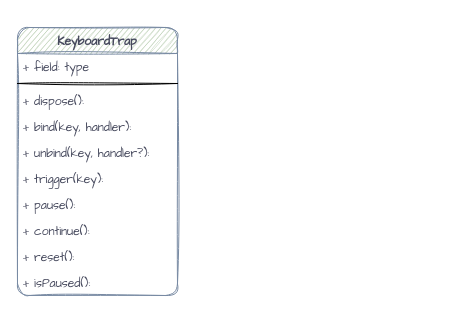
Before: 未命名绘图.drawio in liuxinqiong/drawio, a draw.io diagram. Source tidied: cells renumbered, new cells numbered last; positions are measured from the earlier drawing's top-left corner, leaving out a move shared by most shapes. Both pictures are drawn from the tidied source at 100%, with x=0, y=0 at pixel (17, 27).
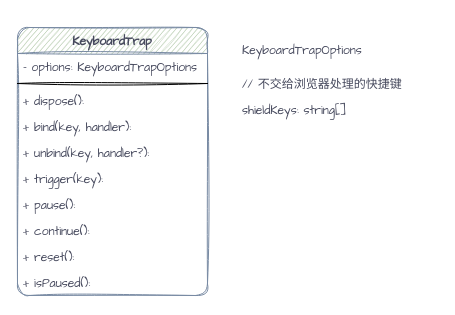
Above is the later version.

The edit, as a diff of the source:
```diff
@@
 <mxGraphModel>
   <root>
     <mxCell id="0" />
     <mxCell id="1" parent="0" />
     <mxCell id="2" value="KeyboardTrap" style="swimlane;fontStyle=1;align=center;verticalAlign=top;horizontal=1;startSize=26;rounded=1;sketch=1;fontFamily=Comic Sans MS;fontColor=#46495D;strokeColor=#788AA3;fillColor=#B2C9AB;" parent="1" vertex="1">
-      <mxGeometry width="160" height="268" as="geometry" />
+      <mxGeometry width="190" height="268" as="geometry" />
     </mxCell>
-    <mxCell id="3" value="+ field: type" style="text;strokeColor=none;fillColor=none;align=left;verticalAlign=top;spacingLeft=4;spacingRight=4;overflow=hidden;rounded=1;sketch=1;fontFamily=Comic Sans MS;fontColor=#46495D;" parent="2" vertex="1">
-      <mxGeometry y="26" width="160" height="26" as="geometry" />
+    <mxCell id="3" value="- options: KeyboardTrapOptions" style="text;strokeColor=none;fillColor=none;align=left;verticalAlign=top;spacingLeft=4;spacingRight=4;overflow=hidden;rounded=1;sketch=1;fontFamily=Comic Sans MS;fontColor=#46495D;" parent="2" vertex="1">
+      <mxGeometry y="26" width="190" height="26" as="geometry" />
     </mxCell>
     <mxCell id="4" style="line;strokeWidth=1;fillColor=none;align=left;verticalAlign=middle;spacingTop=-1;spacingLeft=3;spacingRight=3;labelPosition=right;rounded=1;sketch=1;fontFamily=Comic Sans MS;fontColor=#46495D;" parent="2" vertex="1">
-      <mxGeometry y="52" width="160" height="8" as="geometry" />
+      <mxGeometry y="52" width="190" height="8" as="geometry" />
     </mxCell>
     <mxCell id="5" value="+ dispose():&#10;" style="text;strokeColor=none;fillColor=none;align=left;verticalAlign=top;spacingLeft=4;spacingRight=4;overflow=hidden;rounded=1;sketch=1;fontFamily=Comic Sans MS;fontColor=#46495D;" parent="2" vertex="1">
-      <mxGeometry y="60" width="160" height="26" as="geometry" />
+      <mxGeometry y="60" width="190" height="26" as="geometry" />
     </mxCell>
     <mxCell id="6" value="+ bind(key, handler):&#10;" style="text;strokeColor=none;fillColor=none;align=left;verticalAlign=top;spacingLeft=4;spacingRight=4;overflow=hidden;rounded=1;sketch=1;fontFamily=Comic Sans MS;fontColor=#46495D;" parent="2" vertex="1">
-      <mxGeometry y="86" width="160" height="26" as="geometry" />
+      <mxGeometry y="86" width="190" height="26" as="geometry" />
     </mxCell>
     <mxCell id="7" value="+ unbind(key, handler?):&#10;" style="text;strokeColor=none;fillColor=none;align=left;verticalAlign=top;spacingLeft=4;spacingRight=4;overflow=hidden;rounded=1;sketch=1;fontFamily=Comic Sans MS;fontColor=#46495D;" parent="2" vertex="1">
-      <mxGeometry y="112" width="160" height="26" as="geometry" />
+      <mxGeometry y="112" width="190" height="26" as="geometry" />
     </mxCell>
     <mxCell id="8" value="+ trigger(key):&#10;" style="text;strokeColor=none;fillColor=none;align=left;verticalAlign=top;spacingLeft=4;spacingRight=4;overflow=hidden;rounded=1;sketch=1;fontFamily=Comic Sans MS;fontColor=#46495D;" parent="2" vertex="1">
-      <mxGeometry y="138" width="160" height="26" as="geometry" />
+      <mxGeometry y="138" width="190" height="26" as="geometry" />
     </mxCell>
     <mxCell id="9" value="+ pause():&#10;" style="text;strokeColor=none;fillColor=none;align=left;verticalAlign=top;spacingLeft=4;spacingRight=4;overflow=hidden;rounded=1;sketch=1;fontFamily=Comic Sans MS;fontColor=#46495D;" parent="2" vertex="1">
-      <mxGeometry y="164" width="160" height="26" as="geometry" />
+      <mxGeometry y="164" width="190" height="26" as="geometry" />
     </mxCell>
     <mxCell id="10" value="+ continue():&#10;" style="text;strokeColor=none;fillColor=none;align=left;verticalAlign=top;spacingLeft=4;spacingRight=4;overflow=hidden;rounded=1;sketch=1;fontFamily=Comic Sans MS;fontColor=#46495D;" parent="2" vertex="1">
-      <mxGeometry y="190" width="160" height="26" as="geometry" />
+      <mxGeometry y="190" width="190" height="26" as="geometry" />
     </mxCell>
     <mxCell id="11" value="+ reset():&#10;" style="text;strokeColor=none;fillColor=none;align=left;verticalAlign=top;spacingLeft=4;spacingRight=4;overflow=hidden;rounded=1;sketch=1;fontFamily=Comic Sans MS;fontColor=#46495D;" parent="2" vertex="1">
-      <mxGeometry y="216" width="160" height="26" as="geometry" />
+      <mxGeometry y="216" width="190" height="26" as="geometry" />
     </mxCell>
     <mxCell id="12" value="+ isPaused():&#10;" style="text;strokeColor=none;fillColor=none;align=left;verticalAlign=top;spacingLeft=4;spacingRight=4;overflow=hidden;rounded=1;sketch=1;fontFamily=Comic Sans MS;fontColor=#46495D;" parent="2" vertex="1">
-      <mxGeometry y="242" width="160" height="26" as="geometry" />
+      <mxGeometry y="242" width="190" height="26" as="geometry" />
     </mxCell>
+    <mxCell id="13" value="&lt;h1&gt;&lt;span style=&quot;font-size: 12px ; font-weight: 400&quot;&gt;KeyboardTrapOptions&lt;/span&gt;&lt;br&gt;&lt;/h1&gt;&lt;p&gt;// 不交给浏览器处理的快捷键&lt;/p&gt;&lt;p&gt;shieldKeys: string[]&lt;/p&gt;" style="text;html=1;strokeColor=none;fillColor=none;spacing=5;spacingTop=-20;whiteSpace=wrap;overflow=hidden;rounded=0;sketch=1;fontFamily=Comic Sans MS;fontColor=#46495D;" parent="1" vertex="1">
+      <mxGeometry x="220" width="200" height="110" as="geometry" />
+    </mxCell>
   </root>
 </mxGraphModel>
```
